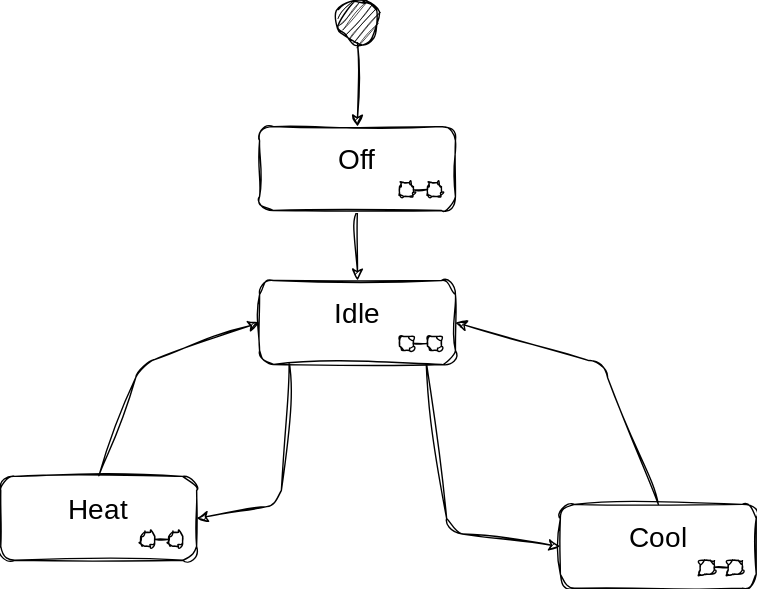
Before: doc/state_machine.drawio.svg, a diagram exported from draw.io (loumcnamee/state_controller). Source tidied: cells renumbered, new cells last; positions are measured from the earlier drawing's top-left corner, leaving out a move shared by most shapes. The source it was exported from:
```xml
<mxGraphModel>
  <root>
    <mxCell id="0" />
    <mxCell id="1" parent="0" />
    <mxCell id="2" style="edgeStyle=none;sketch=1;hachureGap=4;jiggle=2;curveFitting=1;html=1;fontFamily=Architects Daughter;fontSource=https%3A%2F%2Ffonts.googleapis.com%2Fcss%3Ffamily%3DArchitects%2BDaughter;fontSize=16;" parent="1" edge="1" source="3" target="5">
      <mxGeometry relative="1" as="geometry" />
    </mxCell>
    <mxCell id="3" style="ellipse;fillColor=strokeColor;sketch=1;hachureGap=4;jiggle=2;curveFitting=1;fontFamily=Architects Daughter;fontSource=https%3A%2F%2Ffonts.googleapis.com%2Fcss%3Ffamily%3DArchitects%2BDaughter;fontSize=20;" parent="1" vertex="1">
      <mxGeometry x="240" width="30" height="30" as="geometry" />
    </mxCell>
    <mxCell id="4" style="edgeStyle=none;sketch=1;hachureGap=4;jiggle=2;curveFitting=1;html=1;fontFamily=Architects Daughter;fontSource=https%3A%2F%2Ffonts.googleapis.com%2Fcss%3Ffamily%3DArchitects%2BDaughter;fontSize=16;" parent="1" edge="1" source="5" target="8">
      <mxGeometry relative="1" as="geometry" />
    </mxCell>
    <mxCell id="5" value="Off" style="shape=umlState;rounded=1;verticalAlign=top;spacingTop=5;umlStateSymbol=collapseState;absoluteArcSize=1;arcSize=10;sketch=1;hachureGap=4;jiggle=2;curveFitting=1;fontFamily=Architects Daughter;fontSource=https%3A%2F%2Ffonts.googleapis.com%2Fcss%3Ffamily%3DArchitects%2BDaughter;fontSize=20;" parent="1" vertex="1">
      <mxGeometry x="185" y="90" width="140" height="60" as="geometry" />
    </mxCell>
    <mxCell id="6" style="edgeStyle=none;sketch=1;hachureGap=4;jiggle=2;curveFitting=1;html=1;exitX=0.15;exitY=0.95;exitDx=0;exitDy=0;entryX=1;entryY=0.5;entryDx=0;entryDy=0;fontFamily=Architects Daughter;fontSource=https%3A%2F%2Ffonts.googleapis.com%2Fcss%3Ffamily%3DArchitects%2BDaughter;fontSize=16;exitPerimeter=0;" parent="1" edge="1" source="8" target="10">
      <mxGeometry relative="1" as="geometry">
        <Array as="points">
          <mxPoint x="200" y="360" />
        </Array>
      </mxGeometry>
    </mxCell>
    <mxCell id="7" style="edgeStyle=none;sketch=1;hachureGap=4;jiggle=2;curveFitting=1;html=1;exitX=0.85;exitY=0.95;exitDx=0;exitDy=0;entryX=0;entryY=0.5;entryDx=0;entryDy=0;fontFamily=Architects Daughter;fontSource=https%3A%2F%2Ffonts.googleapis.com%2Fcss%3Ffamily%3DArchitects%2BDaughter;fontSize=16;exitPerimeter=0;" parent="1" edge="1" source="8" target="12">
      <mxGeometry relative="1" as="geometry">
        <Array as="points">
          <mxPoint x="320" y="380" />
        </Array>
      </mxGeometry>
    </mxCell>
    <mxCell id="8" value="Idle" style="shape=umlState;rounded=1;verticalAlign=top;spacingTop=5;umlStateSymbol=collapseState;absoluteArcSize=1;arcSize=10;sketch=1;hachureGap=4;jiggle=2;curveFitting=1;fontFamily=Architects Daughter;fontSource=https%3A%2F%2Ffonts.googleapis.com%2Fcss%3Ffamily%3DArchitects%2BDaughter;fontSize=20;" parent="1" vertex="1">
      <mxGeometry x="185" y="200" width="140" height="60" as="geometry" />
    </mxCell>
    <mxCell id="9" style="edgeStyle=none;sketch=1;hachureGap=4;jiggle=2;curveFitting=1;html=1;exitX=0.5;exitY=0;exitDx=0;exitDy=0;entryX=0;entryY=0.5;entryDx=0;entryDy=0;fontFamily=Architects Daughter;fontSource=https%3A%2F%2Ffonts.googleapis.com%2Fcss%3Ffamily%3DArchitects%2BDaughter;fontSize=16;" parent="1" edge="1" source="10" target="8">
      <mxGeometry relative="1" as="geometry">
        <Array as="points">
          <mxPoint x="100" y="260" />
        </Array>
      </mxGeometry>
    </mxCell>
    <mxCell id="10" value="Heat" style="shape=umlState;rounded=1;verticalAlign=top;spacingTop=5;umlStateSymbol=collapseState;absoluteArcSize=1;arcSize=10;sketch=1;hachureGap=4;jiggle=2;curveFitting=1;fontFamily=Architects Daughter;fontSource=https%3A%2F%2Ffonts.googleapis.com%2Fcss%3Ffamily%3DArchitects%2BDaughter;fontSize=20;" parent="1" vertex="1">
      <mxGeometry y="340" width="140" height="60" as="geometry" />
    </mxCell>
    <mxCell id="11" style="edgeStyle=none;sketch=1;hachureGap=4;jiggle=2;curveFitting=1;html=1;exitX=0.5;exitY=0;exitDx=0;exitDy=0;entryX=1;entryY=0.5;entryDx=0;entryDy=0;fontFamily=Architects Daughter;fontSource=https%3A%2F%2Ffonts.googleapis.com%2Fcss%3Ffamily%3DArchitects%2BDaughter;fontSize=16;" parent="1" edge="1" source="12" target="8">
      <mxGeometry relative="1" as="geometry">
        <Array as="points">
          <mxPoint x="430" y="260" />
        </Array>
      </mxGeometry>
    </mxCell>
    <mxCell id="12" value="Cool" style="shape=umlState;rounded=1;verticalAlign=top;spacingTop=5;umlStateSymbol=collapseState;absoluteArcSize=1;arcSize=10;sketch=1;hachureGap=4;jiggle=2;curveFitting=1;fontFamily=Architects Daughter;fontSource=https%3A%2F%2Ffonts.googleapis.com%2Fcss%3Ffamily%3DArchitects%2BDaughter;fontSize=20;" parent="1" vertex="1">
      <mxGeometry x="400" y="360" width="140" height="60" as="geometry" />
    </mxCell>
  </root>
</mxGraphModel>
```
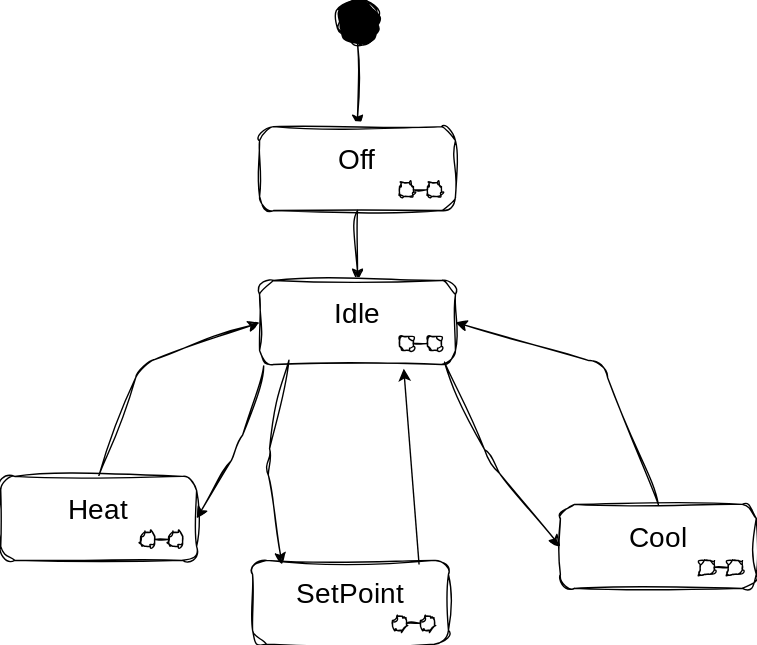
The same file after the commit.

Commit message:
Add SetPoint state

Change to the diagram source:
```diff
@@ -14,17 +14,17 @@
     <mxCell id="5" value="Off" style="shape=umlState;rounded=1;verticalAlign=top;spacingTop=5;umlStateSymbol=collapseState;absoluteArcSize=1;arcSize=10;sketch=1;hachureGap=4;jiggle=2;curveFitting=1;fontFamily=Architects Daughter;fontSource=https%3A%2F%2Ffonts.googleapis.com%2Fcss%3Ffamily%3DArchitects%2BDaughter;fontSize=20;" parent="1" vertex="1">
       <mxGeometry x="185" y="90" width="140" height="60" as="geometry" />
     </mxCell>
-    <mxCell id="6" style="edgeStyle=none;sketch=1;hachureGap=4;jiggle=2;curveFitting=1;html=1;exitX=0.15;exitY=0.95;exitDx=0;exitDy=0;entryX=1;entryY=0.5;entryDx=0;entryDy=0;fontFamily=Architects Daughter;fontSource=https%3A%2F%2Ffonts.googleapis.com%2Fcss%3Ffamily%3DArchitects%2BDaughter;fontSize=16;exitPerimeter=0;" parent="1" edge="1" source="8" target="10">
+    <mxCell id="6" style="edgeStyle=none;sketch=1;hachureGap=4;jiggle=2;curveFitting=1;html=1;exitX=0.021;exitY=1.017;exitDx=0;exitDy=0;entryX=1;entryY=0.5;entryDx=0;entryDy=0;fontFamily=Architects Daughter;fontSource=https%3A%2F%2Ffonts.googleapis.com%2Fcss%3Ffamily%3DArchitects%2BDaughter;fontSize=16;exitPerimeter=0;" parent="1" edge="1" source="8" target="10">
       <mxGeometry relative="1" as="geometry">
         <Array as="points">
-          <mxPoint x="200" y="360" />
+          <mxPoint x="170" y="320" />
         </Array>
       </mxGeometry>
     </mxCell>
-    <mxCell id="7" style="edgeStyle=none;sketch=1;hachureGap=4;jiggle=2;curveFitting=1;html=1;exitX=0.85;exitY=0.95;exitDx=0;exitDy=0;entryX=0;entryY=0.5;entryDx=0;entryDy=0;fontFamily=Architects Daughter;fontSource=https%3A%2F%2Ffonts.googleapis.com%2Fcss%3Ffamily%3DArchitects%2BDaughter;fontSize=16;exitPerimeter=0;" parent="1" edge="1" source="8" target="12">
+    <mxCell id="7" style="edgeStyle=none;sketch=1;hachureGap=4;jiggle=2;curveFitting=1;html=1;exitX=0.943;exitY=0.967;exitDx=0;exitDy=0;entryX=0;entryY=0.5;entryDx=0;entryDy=0;fontFamily=Architects Daughter;fontSource=https%3A%2F%2Ffonts.googleapis.com%2Fcss%3Ffamily%3DArchitects%2BDaughter;fontSize=16;exitPerimeter=0;" parent="1" edge="1" source="8" target="12">
       <mxGeometry relative="1" as="geometry">
         <Array as="points">
-          <mxPoint x="320" y="380" />
+          <mxPoint x="350" y="330" />
         </Array>
       </mxGeometry>
     </mxCell>
@@ -51,5 +51,18 @@
     <mxCell id="12" value="Cool" style="shape=umlState;rounded=1;verticalAlign=top;spacingTop=5;umlStateSymbol=collapseState;absoluteArcSize=1;arcSize=10;sketch=1;hachureGap=4;jiggle=2;curveFitting=1;fontFamily=Architects Daughter;fontSource=https%3A%2F%2Ffonts.googleapis.com%2Fcss%3Ffamily%3DArchitects%2BDaughter;fontSize=20;" parent="1" vertex="1">
       <mxGeometry x="400" y="360" width="140" height="60" as="geometry" />
     </mxCell>
+    <mxCell id="13" value="SetPoint" style="shape=umlState;rounded=1;verticalAlign=top;spacingTop=5;umlStateSymbol=collapseState;absoluteArcSize=1;arcSize=10;sketch=1;hachureGap=4;jiggle=2;curveFitting=1;fontFamily=Architects Daughter;fontSource=https%3A%2F%2Ffonts.googleapis.com%2Fcss%3Ffamily%3DArchitects%2BDaughter;fontSize=20;" parent="1" vertex="1">
+      <mxGeometry x="180" y="400" width="140" height="60" as="geometry" />
+    </mxCell>
+    <mxCell id="14" style="edgeStyle=none;sketch=1;hachureGap=4;jiggle=2;curveFitting=1;html=1;exitX=0.15;exitY=0.95;exitDx=0;exitDy=0;entryX=0.15;entryY=0.05;entryDx=0;entryDy=0;fontFamily=Architects Daughter;fontSource=https%3A%2F%2Ffonts.googleapis.com%2Fcss%3Ffamily%3DArchitects%2BDaughter;fontSize=16;exitPerimeter=0;entryPerimeter=0;" parent="1" edge="1" source="8" target="13">
+      <mxGeometry relative="1" as="geometry">
+        <Array as="points">
+          <mxPoint x="190" y="330" />
+        </Array>
+      </mxGeometry>
+    </mxCell>
+    <mxCell id="15" style="edgeStyle=none;html=1;exitX=0.85;exitY=0.05;exitDx=0;exitDy=0;exitPerimeter=0;entryX=0.736;entryY=1.05;entryDx=0;entryDy=0;entryPerimeter=0;" parent="1" edge="1" source="13" target="8">
+      <mxGeometry relative="1" as="geometry" />
+    </mxCell>
   </root>
 </mxGraphModel>
```
